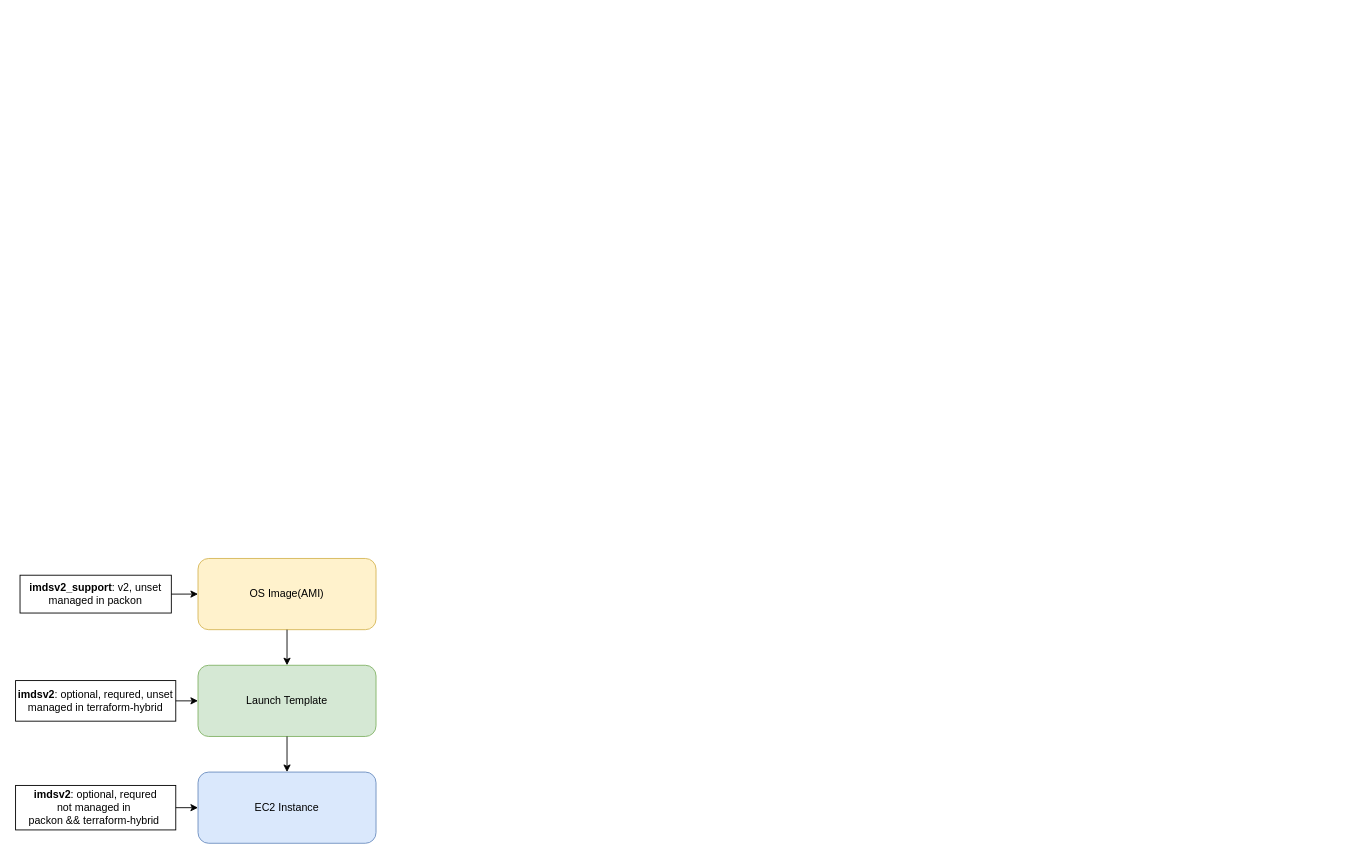
Before: page "Page-1" (1 of 3) of aws-imdsv2-arch.drawio in YanshanSong/draw.io, a draw.io diagram. Source tidied: cells renumbered, new cells numbered last; positions are measured from the earlier drawing's top-left corner, leaving out a move shared by most shapes. Both pictures are drawn from the tidied source at 89%, with x=0, y=0 at pixel (15, 558).
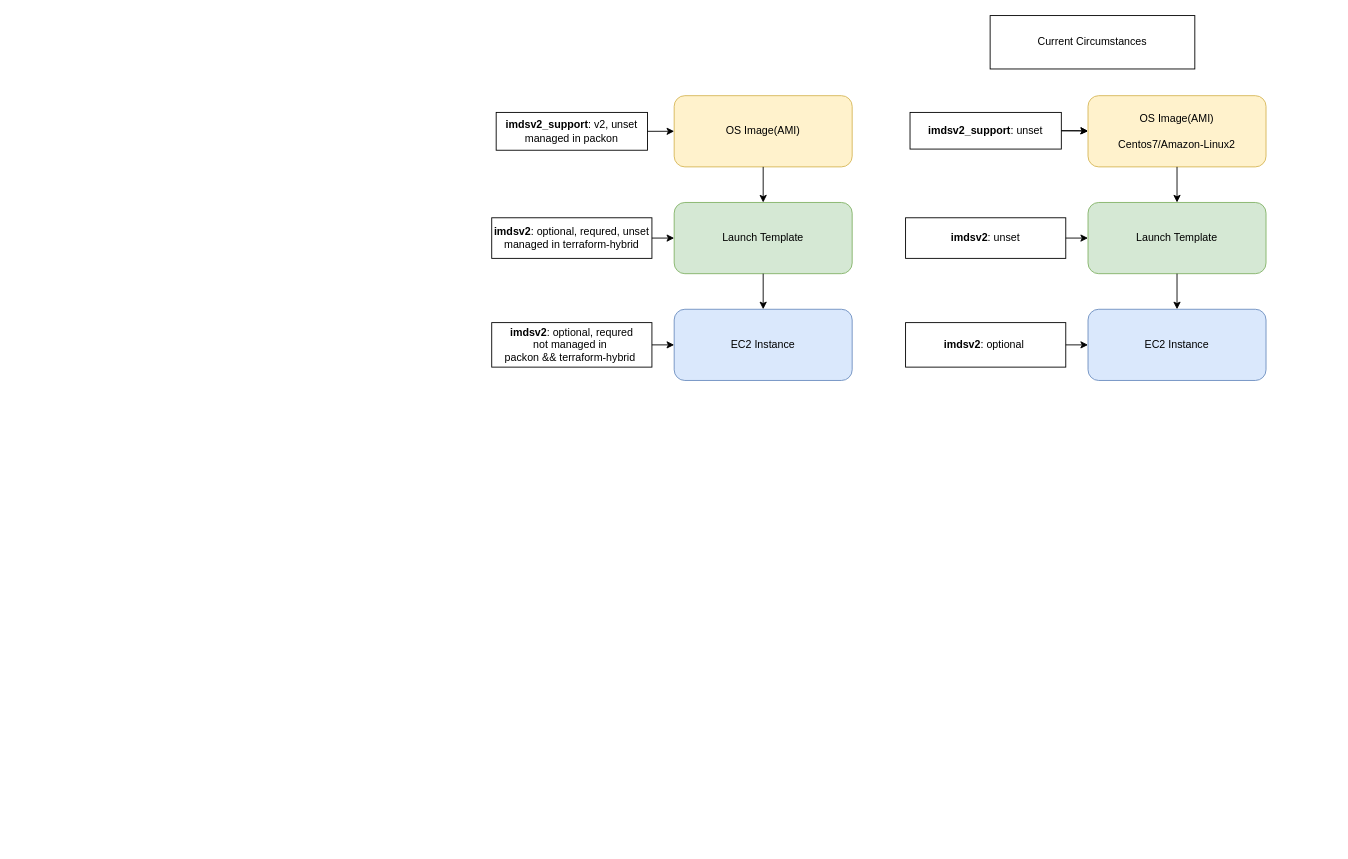
Above is the later version.

What changed in the source:
```diff
@@
+    <mxCell id="13" style="group;" parent="1" vertex="1">
+      <mxGeometry x="535" y="-520" width="405" height="320" as="geometry" />
+    </mxCell>
-    <mxCell id="2" value="OS Image(AMI)" style="rounded=1;whiteSpace=wrap;html=1;fillColor=#fff2cc;strokeColor=#d6b656;" parent="1" vertex="1">
+    <mxCell id="2" value="OS Image(AMI)" style="rounded=1;whiteSpace=wrap;html=1;fillColor=#fff2cc;strokeColor=#d6b656;" parent="13" vertex="1">
       <mxGeometry x="205" width="200" height="80" as="geometry" />
     </mxCell>
-    <mxCell id="3" value="Launch Template" style="rounded=1;whiteSpace=wrap;html=1;fillColor=#d5e8d4;strokeColor=#82b366;" parent="1" vertex="1">
+    <mxCell id="3" value="Launch Template" style="rounded=1;whiteSpace=wrap;html=1;fillColor=#d5e8d4;strokeColor=#82b366;" parent="13" vertex="1">
       <mxGeometry x="205" y="120" width="200" height="80" as="geometry" />
     </mxCell>
-    <mxCell id="4" value="EC2 Instance" style="rounded=1;whiteSpace=wrap;html=1;fillColor=#dae8fc;strokeColor=#6c8ebf;" parent="1" vertex="1">
+    <mxCell id="4" value="EC2 Instance" style="rounded=1;whiteSpace=wrap;html=1;fillColor=#dae8fc;strokeColor=#6c8ebf;" parent="13" vertex="1">
       <mxGeometry x="205" y="240" width="200" height="80" as="geometry" />
     </mxCell>
-    <mxCell id="5" style="endArrow=classic;html=1;rounded=0;exitX=0.5;exitY=1;exitDx=0;exitDy=0;entryX=0.5;entryY=0;entryDx=0;entryDy=0;" parent="1" edge="1" source="2" target="3">
+    <mxCell id="5" style="endArrow=classic;html=1;rounded=0;exitX=0.5;exitY=1;exitDx=0;exitDy=0;entryX=0.5;entryY=0;entryDx=0;entryDy=0;" parent="13" edge="1" source="2" target="3">
       <mxGeometry relative="1" as="geometry" />
     </mxCell>
-    <mxCell id="6" style="endArrow=classic;html=1;rounded=0;exitX=0.5;exitY=1;exitDx=0;exitDy=0;entryX=0.5;entryY=0;entryDx=0;entryDy=0;" parent="1" edge="1" source="3" target="4">
-      <mxGeometry relative="1" as="geometry" />
-    </mxCell>
-    <mxCell id="7" value="&lt;b&gt;imdsv2_support&lt;/b&gt;: v2, unset&lt;div&gt;managed in packon&lt;/div&gt;" style="text;html=1;align=center;verticalAlign=middle;whiteSpace=wrap;rounded=0;fillColor=none;strokeColor=default;" parent="1" vertex="1">
+    <mxCell id="7" value="&lt;b&gt;imdsv2_support&lt;/b&gt;: v2, unset&lt;div&gt;managed in packon&lt;/div&gt;" style="text;html=1;align=center;verticalAlign=middle;whiteSpace=wrap;rounded=0;fillColor=none;strokeColor=default;" parent="13" vertex="1">
       <mxGeometry x="5" y="18.8" width="170" height="42.5" as="geometry" />
     </mxCell>
-    <mxCell id="8" value="&lt;b&gt;imdsv2&lt;/b&gt;: optional, requred, unset&lt;div&gt;managed in terraform-hybrid&lt;/div&gt;" style="text;html=1;align=center;verticalAlign=middle;whiteSpace=wrap;rounded=0;fillColor=none;strokeColor=default;" parent="1" vertex="1">
+    <mxCell id="8" value="&lt;b&gt;imdsv2&lt;/b&gt;: optional, requred, unset&lt;div&gt;managed in terraform-hybrid&lt;/div&gt;" style="text;html=1;align=center;verticalAlign=middle;whiteSpace=wrap;rounded=0;fillColor=none;strokeColor=default;" parent="13" vertex="1">
       <mxGeometry y="137.2" width="180" height="45.6" as="geometry" />
     </mxCell>
-    <mxCell id="9" value="&lt;b&gt;imdsv2&lt;/b&gt;: optional, requred&lt;div&gt;not managed in&amp;nbsp;&lt;/div&gt;&lt;div&gt;packon &amp;amp;&amp;amp; terraform-hybrid&amp;nbsp;&lt;/div&gt;" style="text;html=1;align=center;verticalAlign=middle;whiteSpace=wrap;rounded=0;fillColor=none;strokeColor=default;" parent="1" vertex="1">
+    <mxCell id="9" value="&lt;b&gt;imdsv2&lt;/b&gt;: optional, requred&lt;div&gt;not managed in&amp;nbsp;&lt;/div&gt;&lt;div&gt;packon &amp;amp;&amp;amp; terraform-hybrid&amp;nbsp;&lt;/div&gt;" style="text;html=1;align=center;verticalAlign=middle;whiteSpace=wrap;rounded=0;fillColor=none;strokeColor=default;" parent="13" vertex="1">
       <mxGeometry y="255" width="180" height="50" as="geometry" />
     </mxCell>
-    <mxCell id="10" style="endArrow=classic;html=1;rounded=0;exitX=1;exitY=0.5;exitDx=0;exitDy=0;entryX=0;entryY=0.5;entryDx=0;entryDy=0;" parent="1" edge="1" source="7" target="2">
+    <mxCell id="10" style="endArrow=classic;html=1;rounded=0;exitX=1;exitY=0.5;exitDx=0;exitDy=0;entryX=0;entryY=0.5;entryDx=0;entryDy=0;" parent="13" edge="1" source="7" target="2">
       <mxGeometry relative="1" as="geometry" />
     </mxCell>
-    <mxCell id="11" style="endArrow=classic;html=1;rounded=0;exitX=1;exitY=0.5;exitDx=0;exitDy=0;entryX=0;entryY=0.5;entryDx=0;entryDy=0;" parent="1" edge="1" source="8" target="3">
+    <mxCell id="11" style="endArrow=classic;html=1;rounded=0;exitX=1;exitY=0.5;exitDx=0;exitDy=0;entryX=0;entryY=0.5;entryDx=0;entryDy=0;" parent="13" edge="1" source="8" target="3">
       <mxGeometry relative="1" as="geometry" />
     </mxCell>
-    <mxCell id="12" style="endArrow=classic;html=1;rounded=0;exitX=1;exitY=0.5;exitDx=0;exitDy=0;entryX=0;entryY=0.5;entryDx=0;entryDy=0;" parent="1" edge="1" source="9" target="4">
+    <mxCell id="12" style="endArrow=classic;html=1;rounded=0;exitX=1;exitY=0.5;exitDx=0;exitDy=0;entryX=0;entryY=0.5;entryDx=0;entryDy=0;" parent="13" edge="1" source="9" target="4">
       <mxGeometry relative="1" as="geometry" />
     </mxCell>
+    <mxCell id="6" style="endArrow=classic;html=1;rounded=0;exitX=0.5;exitY=1;exitDx=0;exitDy=0;entryX=0.5;entryY=0;entryDx=0;entryDy=0;" parent="13" edge="1" source="3" target="4">
+      <mxGeometry relative="1" as="geometry" />
+    </mxCell>
+    <mxCell id="14" style="group;" parent="1" vertex="1">
+      <mxGeometry x="1000" y="-610" width="480" height="420" as="geometry" />
+    </mxCell>
+    <mxCell id="15" value="OS Image(AMI)&lt;div&gt;&lt;br&gt;&lt;/div&gt;&lt;div&gt;Centos7/Amazon-Linux2&lt;/div&gt;" style="rounded=1;whiteSpace=wrap;html=1;fillColor=#fff2cc;strokeColor=#d6b656;" parent="14" vertex="1">
+      <mxGeometry x="205" y="90" width="200" height="80" as="geometry" />
+    </mxCell>
+    <mxCell id="16" value="Launch Template" style="rounded=1;whiteSpace=wrap;html=1;fillColor=#d5e8d4;strokeColor=#82b366;" parent="14" vertex="1">
+      <mxGeometry x="205" y="210" width="200" height="80" as="geometry" />
+    </mxCell>
+    <mxCell id="17" value="EC2 Instance" style="rounded=1;whiteSpace=wrap;html=1;fillColor=#dae8fc;strokeColor=#6c8ebf;" parent="14" vertex="1">
+      <mxGeometry x="205" y="330" width="200" height="80" as="geometry" />
+    </mxCell>
+    <mxCell id="18" value="&lt;b&gt;imdsv2_support&lt;/b&gt;: unset" style="text;html=1;align=center;verticalAlign=middle;whiteSpace=wrap;rounded=0;fillColor=none;strokeColor=default;" parent="14" vertex="1">
+      <mxGeometry x="5" y="108.8" width="170" height="41.2" as="geometry" />
+    </mxCell>
+    <mxCell id="19" value="&lt;b&gt;imdsv2&lt;/b&gt;: unset" style="text;html=1;align=center;verticalAlign=middle;whiteSpace=wrap;rounded=0;fillColor=none;strokeColor=default;" parent="14" vertex="1">
+      <mxGeometry y="227.2" width="180" height="45.6" as="geometry" />
+    </mxCell>
+    <mxCell id="20" value="&lt;b&gt;imdsv2&lt;/b&gt;: optional&lt;span style=&quot;background-color: initial;&quot;&gt;&amp;nbsp;&lt;/span&gt;" style="text;html=1;align=center;verticalAlign=middle;whiteSpace=wrap;rounded=0;fillColor=none;strokeColor=default;" parent="14" vertex="1">
+      <mxGeometry y="345" width="180" height="50" as="geometry" />
+    </mxCell>
+    <mxCell id="21" style="endArrow=classic;html=1;rounded=0;exitX=1;exitY=0.5;exitDx=0;exitDy=0;" parent="14" edge="1" source="18" target="15">
+      <mxGeometry relative="1" as="geometry" />
+    </mxCell>
+    <mxCell id="22" style="endArrow=classic;html=1;rounded=0;exitX=1;exitY=0.5;exitDx=0;exitDy=0;entryX=0;entryY=0.5;entryDx=0;entryDy=0;" parent="14" edge="1" source="20" target="17">
+      <mxGeometry relative="1" as="geometry" />
+    </mxCell>
+    <mxCell id="23" value="Current Circumstances" style="text;html=1;align=center;verticalAlign=middle;whiteSpace=wrap;rounded=0;strokeColor=default;" parent="14" vertex="1">
+      <mxGeometry x="95" width="230" height="60" as="geometry" />
+    </mxCell>
+    <mxCell id="24" style="endArrow=classic;html=1;rounded=0;exitX=0.5;exitY=1;exitDx=0;exitDy=0;" parent="14" edge="1" source="15" target="16">
+      <mxGeometry relative="1" as="geometry" />
+    </mxCell>
+    <mxCell id="25" style="endArrow=classic;html=1;rounded=0;exitX=0.5;exitY=1;exitDx=0;exitDy=0;" parent="14" edge="1" source="16" target="17">
+      <mxGeometry relative="1" as="geometry" />
+    </mxCell>
+    <mxCell id="26" style="edgeStyle=orthogonalEdgeStyle;rounded=0;jettySize=auto;html=1;" parent="14" edge="1" source="18" target="15">
+      <mxGeometry relative="1" as="geometry" />
+    </mxCell>
+    <mxCell id="27" style="endArrow=classic;html=1;rounded=0;exitX=1;exitY=0.5;exitDx=0;exitDy=0;entryX=0;entryY=0.5;entryDx=0;entryDy=0;" parent="14" edge="1" source="19" target="16">
+      <mxGeometry relative="1" as="geometry" />
+    </mxCell>
```
